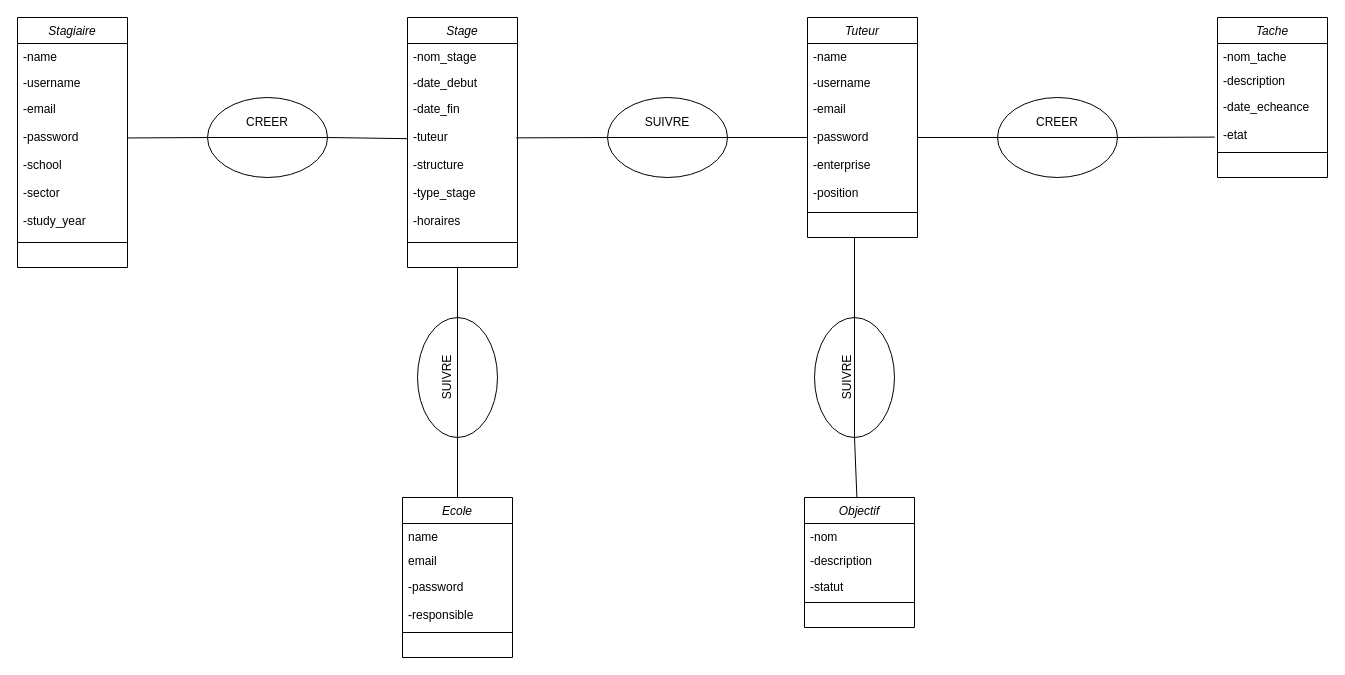
Above: public/Diagramme sans nom.drawio in A2blackMZ/Sams-Dine-ALIDOU (draw.io), before the change. Source tidied: cells renumbered, new cells numbered last; positions are measured from the earlier drawing's top-left corner, leaving out a move shared by most shapes. Both pictures are drawn from the tidied source at 100%, with x=0, y=0 at pixel (17, 17).
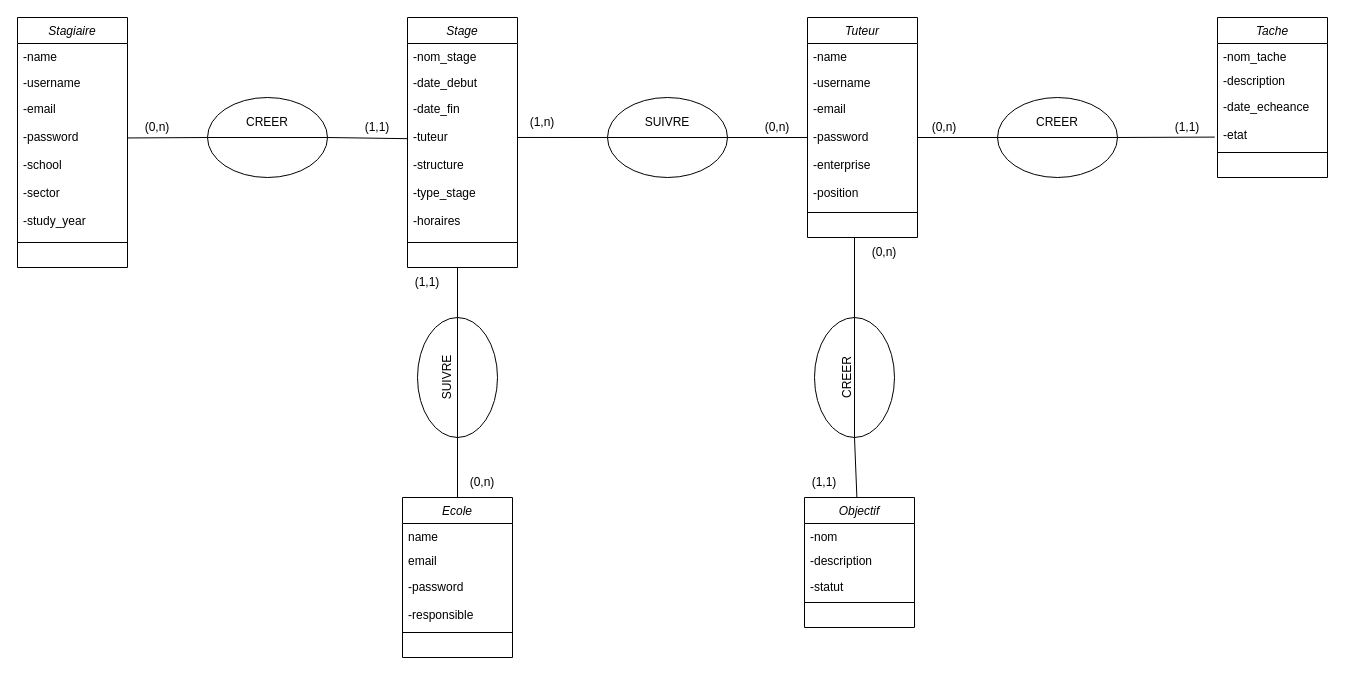
The same page after the edit.

The change refers to these unchanged cells:
```xml
<mxCell id="20" value="-date_fin&#10;&#10;-tuteur&#10;&#10;-structure&#10;&#10;-type_stage&#10;&#10;-horaires" style="text;align=left;verticalAlign=top;spacingLeft=4;spacingRight=4;overflow=hidden;points=[[0,0.5],[1,0.5]];portConstraint=eastwest;rounded=0;shadow=0;html=0;" parent="17" vertex="1">
  <mxGeometry y="78" width="110" height="132" as="geometry" />
</mxCell>
```

Change to the diagram source:
```diff
@@
-    <mxCell id="43" style="endArrow=none;html=1;rounded=0;entryX=0.989;entryY=0.321;entryDx=0;entryDy=0;entryPerimeter=0;" parent="1" edge="1" target="20">
-      <mxGeometry relative="1" as="geometry">
-        <mxPoint x="590" y="120" as="sourcePoint" />
-      </mxGeometry>
-    </mxCell>
@@
-    <mxCell id="55" value="SUIVRE" style="text;html=1;align=center;verticalAlign=middle;whiteSpace=wrap;rounded=0;rotation=-90;" parent="1" vertex="1">
+    <mxCell id="55" value="CREER" style="text;html=1;align=center;verticalAlign=middle;whiteSpace=wrap;rounded=0;rotation=-90;" parent="1" vertex="1">
       <mxGeometry x="800" y="345" width="60" height="30" as="geometry" />
     </mxCell>
@@
+    <mxCell id="57" value="(0,n)" style="text;html=1;align=center;verticalAlign=middle;whiteSpace=wrap;rounded=0;" parent="1" vertex="1">
+      <mxGeometry x="110" y="95" width="60" height="30" as="geometry" />
+    </mxCell>
+    <mxCell id="58" value="(1,1)" style="text;html=1;align=center;verticalAlign=middle;whiteSpace=wrap;rounded=0;" parent="1" vertex="1">
+      <mxGeometry x="330" y="95" width="60" height="30" as="geometry" />
+    </mxCell>
+    <mxCell id="59" style="endArrow=none;html=1;rounded=0;entryX=1;entryY=0.318;entryDx=0;entryDy=0;entryPerimeter=0;" parent="1" edge="1" target="20">
+      <mxGeometry relative="1" as="geometry">
+        <mxPoint x="590" y="120" as="sourcePoint" />
+      </mxGeometry>
+    </mxCell>
+    <mxCell id="60" value="(1,n)" style="text;html=1;align=center;verticalAlign=middle;whiteSpace=wrap;rounded=0;" parent="1" vertex="1">
+      <mxGeometry x="495" y="90" width="60" height="30" as="geometry" />
+    </mxCell>
+    <mxCell id="61" value="(0,n)" style="text;html=1;align=center;verticalAlign=middle;whiteSpace=wrap;rounded=0;" parent="1" vertex="1">
+      <mxGeometry x="730" y="95" width="60" height="30" as="geometry" />
+    </mxCell>
+    <mxCell id="62" value="(0,n)" style="text;html=1;align=center;verticalAlign=middle;whiteSpace=wrap;rounded=0;" parent="1" vertex="1">
+      <mxGeometry x="897" y="95" width="60" height="30" as="geometry" />
+    </mxCell>
+    <mxCell id="63" value="(1,1)" style="text;html=1;align=center;verticalAlign=middle;whiteSpace=wrap;rounded=0;" parent="1" vertex="1">
+      <mxGeometry x="1140" y="95" width="60" height="30" as="geometry" />
+    </mxCell>
+    <mxCell id="64" value="(0,n)" style="text;html=1;align=center;verticalAlign=middle;whiteSpace=wrap;rounded=0;" parent="1" vertex="1">
+      <mxGeometry x="435" y="450" width="60" height="30" as="geometry" />
+    </mxCell>
+    <mxCell id="65" value="(1,1)" style="text;html=1;align=center;verticalAlign=middle;whiteSpace=wrap;rounded=0;" parent="1" vertex="1">
+      <mxGeometry x="380" y="250" width="60" height="30" as="geometry" />
+    </mxCell>
+    <mxCell id="66" value="(0,n)" style="text;html=1;align=center;verticalAlign=middle;whiteSpace=wrap;rounded=0;" parent="1" vertex="1">
+      <mxGeometry x="837" y="220" width="60" height="30" as="geometry" />
+    </mxCell>
+    <mxCell id="67" value="(1,1)" style="text;html=1;align=center;verticalAlign=middle;whiteSpace=wrap;rounded=0;" parent="1" vertex="1">
+      <mxGeometry x="777" y="450" width="60" height="30" as="geometry" />
+    </mxCell>
```
